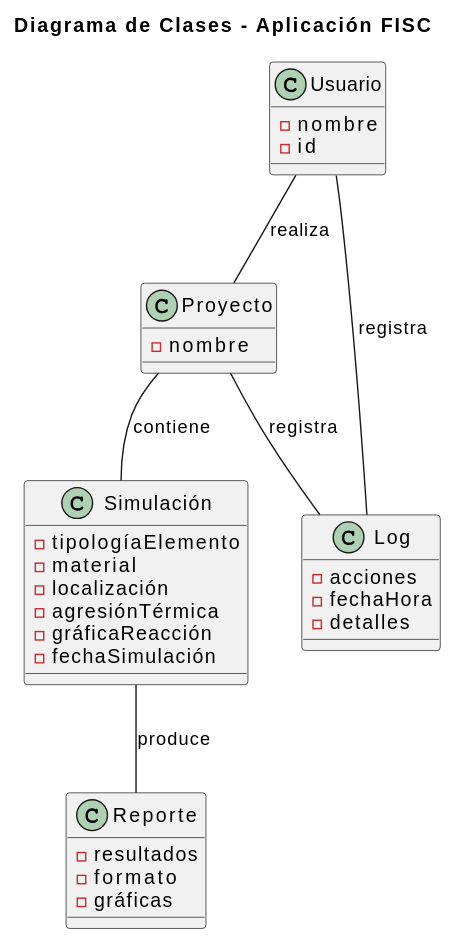
This is imagenes/modelosUML/diagramaClases.svg from mmasias/23-24-IdSw1-SDR, a PlantUML export, as it was before one commit. Its diagram source:
```plantuml
@startuml
title Diagrama de Clases - Aplicación FISC

class Usuario {
    - nombre
    - id
}

class Proyecto {
    - nombre
}

class Simulación {
    - tipologíaElemento
    - material
    - localización
    - agresiónTérmica
    - gráficaReacción
    - fechaSimulación
}

class Log {
    - acciones
    - fechaHora
    - detalles
}

class Reporte {
    - resultados
    - formato
    - gráficas
}

Usuario -- Proyecto : "realiza"
Proyecto  -- Simulación : "contiene"
Simulación -- Reporte : "produce"
Usuario -- Log : "registra"
Proyecto -- Log : "registra"
@enduml
```
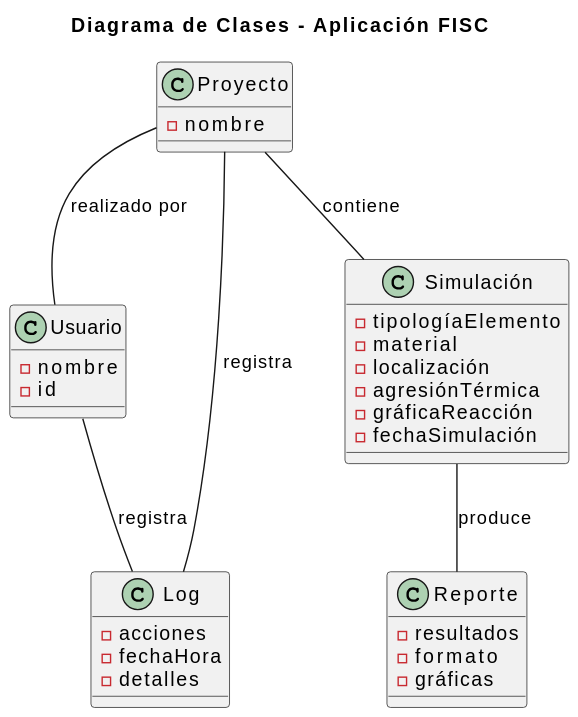
Later version of the same file.

The edit, as a diff of the source:
```diff
@@ -31,9 +31,10 @@
     - gráficas
 }
 
-Usuario -- Proyecto : "realiza"
+
 Proyecto  -- Simulación : "contiene"
 Simulación -- Reporte : "produce"
+Proyecto -- Usuario : "realizado por"
 Usuario -- Log : "registra"
 Proyecto -- Log : "registra"
 @enduml
```
